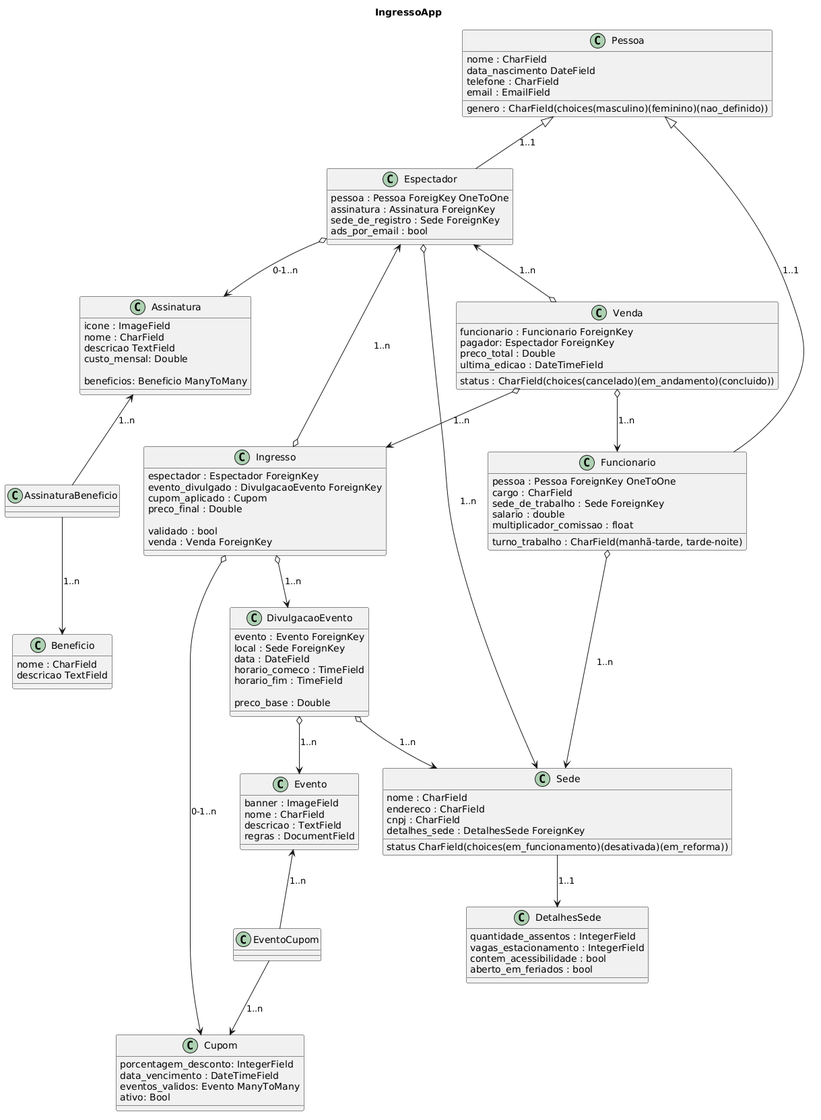
Before: IngressoAppUML.png, a diagram exported from PlantUML (anleaes/2026-2-UDWMJ-SDM-Quinta-Manha-FAPA-02-MVT-REST).
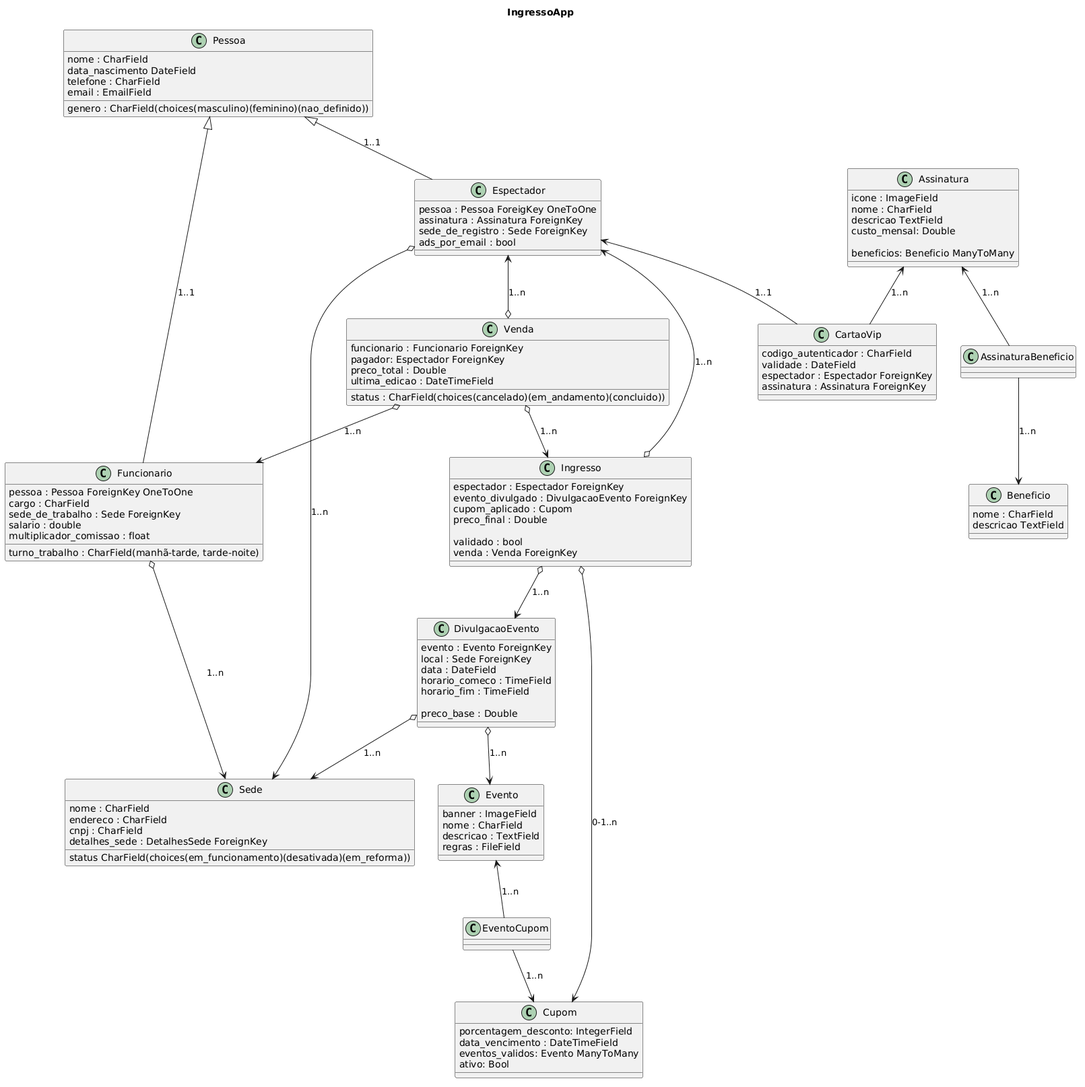
The same diagram one commit later.

Commit message:
atualizado diagrama de classes

Diff of the diagram source:
```diff
@@ -48,11 +48,11 @@
   detalhes_sede : DetalhesSede ForeignKey
 }
 
-class DetalhesSede {
-  quantidade_assentos : IntegerField
-  vagas_estacionamento : IntegerField
-  contem_acessibilidade : bool
-  aberto_em_feriados : bool
+class CartaoVip {
+  codigo_autenticador : CharField
+  validade : DateField
+  espectador : Espectador ForeignKey
+  assinatura : Assinatura ForeignKey
 }
 
 
@@ -71,7 +71,7 @@
   banner : ImageField
   nome : CharField
   descricao : TextField
-  regras : DocumentField
+  regras : FileField
 }
 
 class Ingresso{
@@ -101,7 +101,6 @@
 
 Pessoa <|-- Espectador : 1..1
 Pessoa <|-- Funcionario : 1..1
-Espectador o--> Assinatura : 0-1..n
 Espectador o--> Sede : 1..n
 Funcionario o--> Sede : 1..n
 
@@ -123,5 +122,6 @@
 
 Espectador <--o Venda : 1..n
 
-Sede --> DetalhesSede : 1..1
+Espectador <-- CartaoVip : 1..1
+Assinatura <-- CartaoVip : 1..n
 @enduml
```
